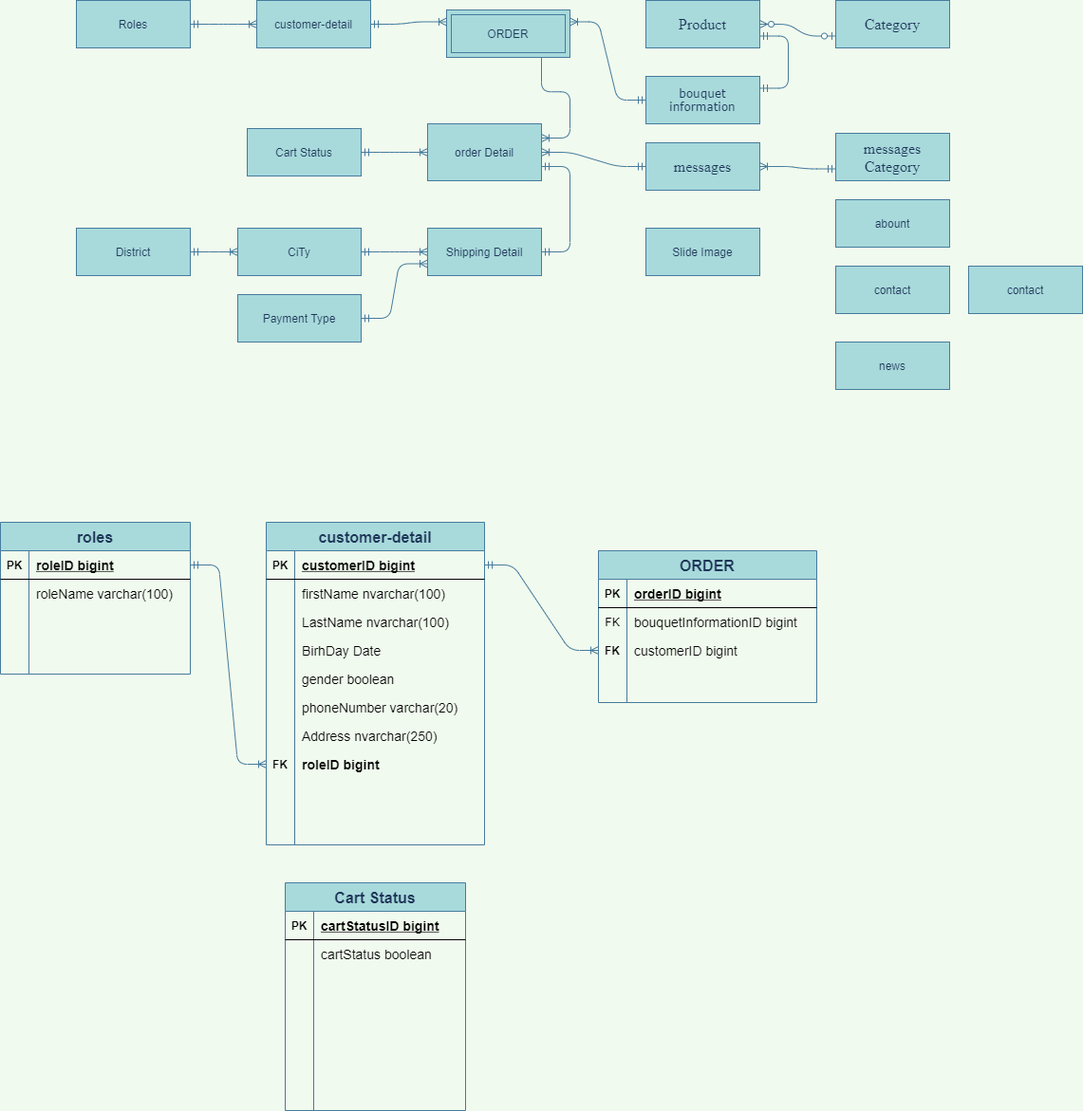
maialino123/Eproject-SEM3 keeps this draw.io diagram as Untitled Diagram.png. Above is the earlier version. Source tidied: cells renumbered, new cells last; positions are measured from the earlier drawing's top-left corner, leaving out a move shared by most shapes.
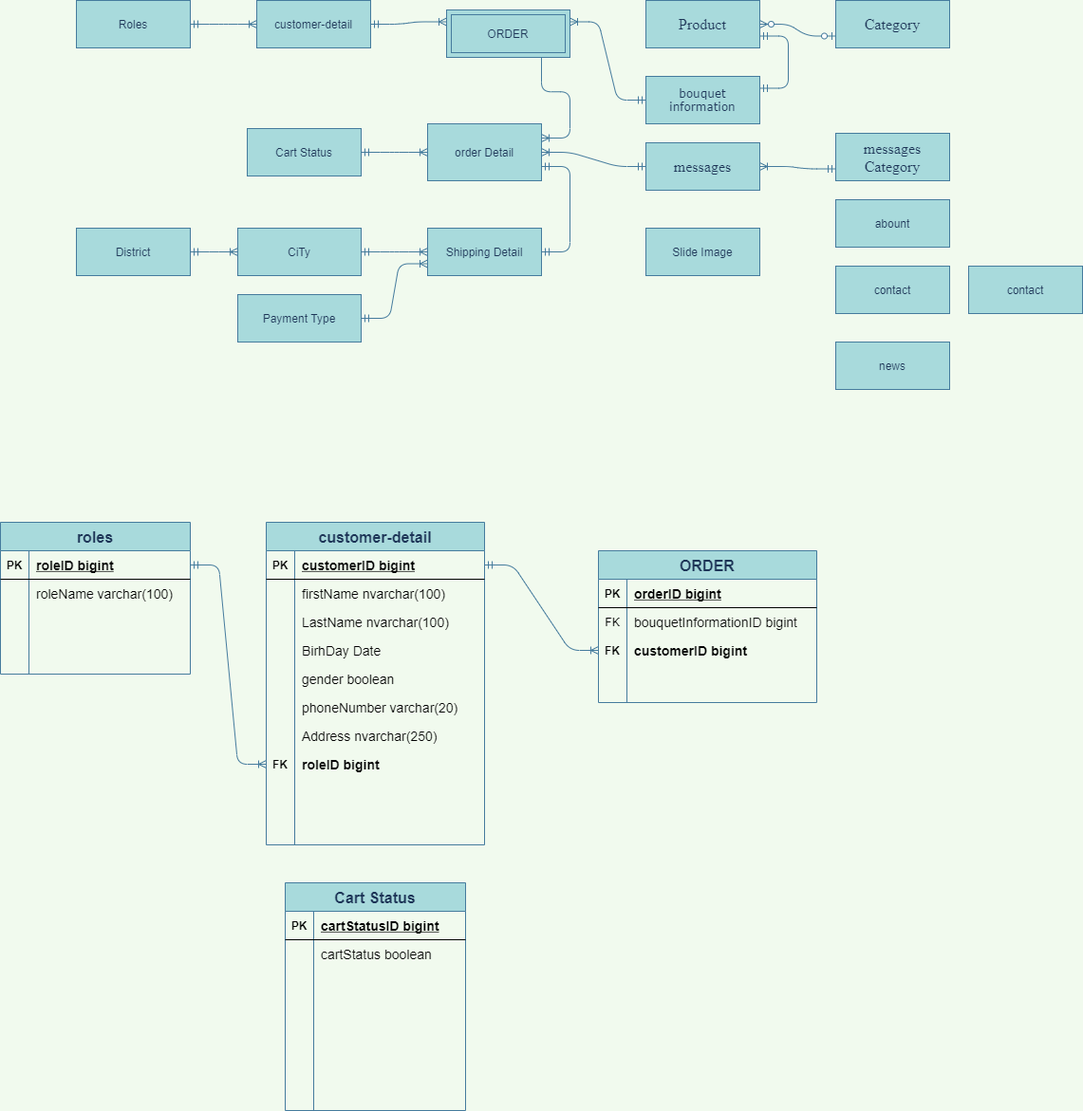
After the change.

Change to the diagram source:
```diff
@@ -308,7 +308,7 @@
     <mxCell id="103" value="FK" style="shape=partialRectangle;fillColor=none;top=0;left=0;bottom=0;right=0;overflow=hidden;fontStyle=1;" parent="102" vertex="1">
       <mxGeometry width="30" height="30" as="geometry" />
     </mxCell>
-    <mxCell id="104" value="customerID bigint" style="shape=partialRectangle;fillColor=none;top=0;left=0;bottom=0;right=0;align=left;spacingLeft=6;overflow=hidden;fontSize=14;" parent="102" vertex="1">
+    <mxCell id="104" value="customerID bigint" style="shape=partialRectangle;fillColor=none;top=0;left=0;bottom=0;right=0;align=left;spacingLeft=6;overflow=hidden;fontSize=14;fontStyle=1;" parent="102" vertex="1">
       <mxGeometry x="30" width="200" height="30" as="geometry" />
     </mxCell>
     <mxCell id="105" style="shape=partialRectangle;fillColor=none;top=0;left=0;bottom=0;right=0;" parent="95" vertex="1">
```
